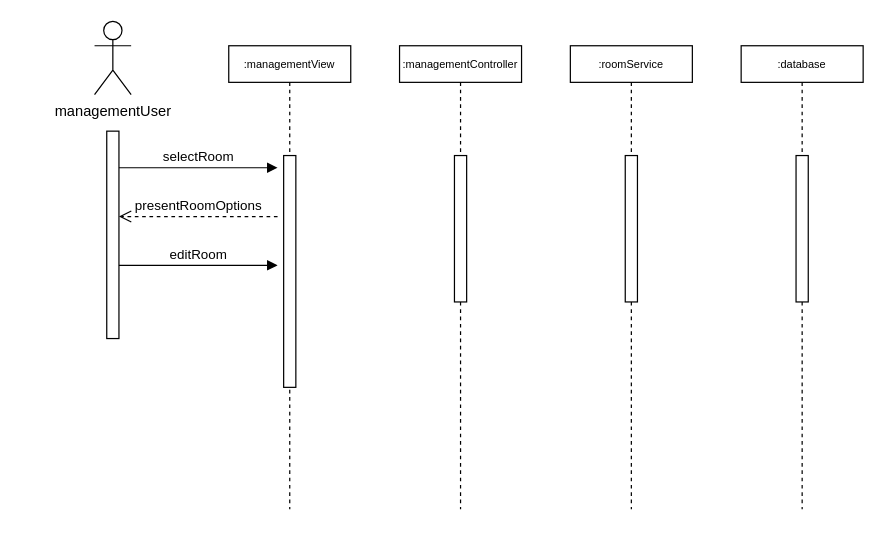
Earlier version of the draw.io diagram Edit Room SSD.drawio (phyllomenous/PM3_DomainModel). Source tidied: cells renumbered, new cells numbered last; positions are measured from the earlier drawing's top-left corner, leaving out a move shared by most shapes. Both pictures are drawn from the tidied source at 122%, with x=0, y=0 at pixel (94, 21).
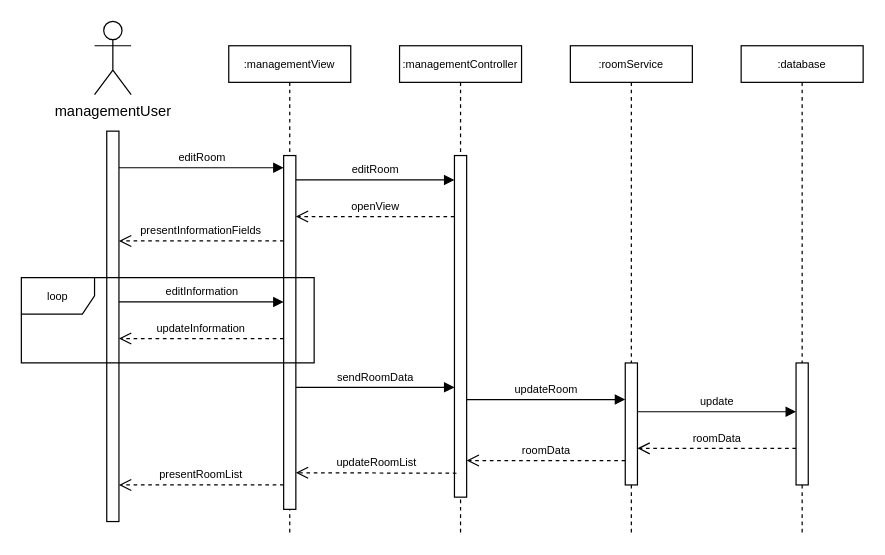
The same page after the edit.

Change to the diagram source:
```diff
@@
     <mxCell id="2" value="&lt;font style=&quot;font-size: 9px;&quot;&gt;:managementController&lt;/font&gt;" style="shape=umlLifeline;perimeter=lifelinePerimeter;whiteSpace=wrap;html=1;newEdgeStyle={&quot;edgeStyle&quot;:&quot;elbowEdgeStyle&quot;,&quot;elbow&quot;:&quot;vertical&quot;,&quot;curved&quot;:0,&quot;rounded&quot;:0};size=30;" parent="1" vertex="1">
-      <mxGeometry x="250" y="20" width="100" height="380" as="geometry" />
+      <mxGeometry x="250" y="20" width="100" height="400" as="geometry" />
     </mxCell>
     <mxCell id="3" style="html=1;points=[];perimeter=orthogonalPerimeter;outlineConnect=0;targetShapes=umlLifeline;portConstraint=eastwest;newEdgeStyle={&quot;edgeStyle&quot;:&quot;elbowEdgeStyle&quot;,&quot;elbow&quot;:&quot;vertical&quot;,&quot;curved&quot;:0,&quot;rounded&quot;:0};" parent="2" vertex="1">
-      <mxGeometry x="45" y="90" width="10" height="120" as="geometry" />
+      <mxGeometry x="45" y="90" width="10" height="280" as="geometry" />
     </mxCell>
     <mxCell id="4" value="&lt;font style=&quot;font-size: 9px;&quot;&gt;:managementView&lt;/font&gt;" style="shape=umlLifeline;perimeter=lifelinePerimeter;whiteSpace=wrap;html=1;newEdgeStyle={&quot;edgeStyle&quot;:&quot;elbowEdgeStyle&quot;,&quot;elbow&quot;:&quot;vertical&quot;,&quot;curved&quot;:0,&quot;rounded&quot;:0};size=30;" parent="1" vertex="1">
-      <mxGeometry x="110" y="20" width="100" height="380" as="geometry" />
+      <mxGeometry x="110" y="20" width="100" height="400" as="geometry" />
     </mxCell>
     <mxCell id="5" style="html=1;points=[];perimeter=orthogonalPerimeter;outlineConnect=0;targetShapes=umlLifeline;portConstraint=eastwest;newEdgeStyle={&quot;edgeStyle&quot;:&quot;elbowEdgeStyle&quot;,&quot;elbow&quot;:&quot;vertical&quot;,&quot;curved&quot;:0,&quot;rounded&quot;:0};" parent="4" vertex="1">
-      <mxGeometry x="45" y="90" width="10" height="190" as="geometry" />
+      <mxGeometry x="45" y="90" width="10" height="290" as="geometry" />
     </mxCell>
     <mxCell id="6" value="&lt;font style=&quot;font-size: 9px;&quot;&gt;:roomService&lt;/font&gt;" style="shape=umlLifeline;perimeter=lifelinePerimeter;whiteSpace=wrap;html=1;newEdgeStyle={&quot;edgeStyle&quot;:&quot;elbowEdgeStyle&quot;,&quot;elbow&quot;:&quot;vertical&quot;,&quot;curved&quot;:0,&quot;rounded&quot;:0};size=30;" parent="1" vertex="1">
-      <mxGeometry x="390" y="20" width="100" height="380" as="geometry" />
+      <mxGeometry x="390" y="20" width="100" height="400" as="geometry" />
     </mxCell>
     <mxCell id="7" style="html=1;points=[];perimeter=orthogonalPerimeter;outlineConnect=0;targetShapes=umlLifeline;portConstraint=eastwest;newEdgeStyle={&quot;edgeStyle&quot;:&quot;elbowEdgeStyle&quot;,&quot;elbow&quot;:&quot;vertical&quot;,&quot;curved&quot;:0,&quot;rounded&quot;:0};" parent="6" vertex="1">
-      <mxGeometry x="45" y="90" width="10" height="120" as="geometry" />
+      <mxGeometry x="45" y="260" width="10" height="100" as="geometry" />
     </mxCell>
     <mxCell id="8" value="&lt;font style=&quot;font-size: 9px;&quot;&gt;:database&lt;/font&gt;" style="shape=umlLifeline;perimeter=lifelinePerimeter;whiteSpace=wrap;html=1;newEdgeStyle={&quot;edgeStyle&quot;:&quot;elbowEdgeStyle&quot;,&quot;elbow&quot;:&quot;vertical&quot;,&quot;curved&quot;:0,&quot;rounded&quot;:0};size=30;" parent="1" vertex="1">
-      <mxGeometry x="530" y="20" width="100" height="380" as="geometry" />
+      <mxGeometry x="530" y="20" width="100" height="400" as="geometry" />
     </mxCell>
     <mxCell id="9" style="html=1;points=[];perimeter=orthogonalPerimeter;outlineConnect=0;targetShapes=umlLifeline;portConstraint=eastwest;newEdgeStyle={&quot;edgeStyle&quot;:&quot;elbowEdgeStyle&quot;,&quot;elbow&quot;:&quot;vertical&quot;,&quot;curved&quot;:0,&quot;rounded&quot;:0};" parent="8" vertex="1">
-      <mxGeometry x="45" y="90" width="10" height="120" as="geometry" />
+      <mxGeometry x="45" y="260" width="10" height="100" as="geometry" />
     </mxCell>
     <mxCell id="10" style="html=1;points=[];perimeter=orthogonalPerimeter;outlineConnect=0;targetShapes=umlLifeline;portConstraint=eastwest;newEdgeStyle={&quot;edgeStyle&quot;:&quot;elbowEdgeStyle&quot;,&quot;elbow&quot;:&quot;vertical&quot;,&quot;curved&quot;:0,&quot;rounded&quot;:0};" parent="1" vertex="1">
-      <mxGeometry x="10" y="90" width="10" height="170" as="geometry" />
+      <mxGeometry x="10" y="90" width="10" height="320" as="geometry" />
     </mxCell>
@@
-    <mxCell id="12" value="selectRoom" style="html=1;verticalAlign=bottom;endArrow=block;edgeStyle=elbowEdgeStyle;elbow=vertical;curved=0;rounded=0;" parent="1" edge="1">
+    <mxCell id="12" value="&lt;font style=&quot;font-size: 9px;&quot;&gt;editRoom&lt;/font&gt;" style="html=1;verticalAlign=bottom;endArrow=block;edgeStyle=elbowEdgeStyle;elbow=vertical;curved=0;rounded=0;" parent="1" edge="1" source="10" target="5">
       <mxGeometry relative="1" as="geometry">
-        <mxPoint x="20" y="120" as="sourcePoint" />
-        <mxPoint x="150" y="120" as="targetPoint" />
+        <Array as="points">
+          <mxPoint x="90" y="120" />
+        </Array>
       </mxGeometry>
     </mxCell>
-    <mxCell id="13" value="presentRoomOptions" style="html=1;verticalAlign=bottom;endArrow=open;dashed=1;endSize=8;edgeStyle=elbowEdgeStyle;elbow=vertical;curved=0;rounded=0;" parent="1" edge="1">
+    <mxCell id="13" value="&lt;font style=&quot;font-size: 9px;&quot;&gt;presentInformationFields&lt;/font&gt;" style="html=1;verticalAlign=bottom;endArrow=open;dashed=1;endSize=8;edgeStyle=elbowEdgeStyle;elbow=vertical;curved=0;rounded=0;" parent="1" edge="1" source="5" target="10">
       <mxGeometry relative="1" as="geometry">
-        <mxPoint x="150" y="160" as="sourcePoint" />
-        <mxPoint x="20" y="160" as="targetPoint" />
+        <Array as="points">
+          <mxPoint x="130" y="180" />
+          <mxPoint x="70" y="160" />
+        </Array>
       </mxGeometry>
     </mxCell>
-    <mxCell id="14" value="editRoom" style="html=1;verticalAlign=bottom;endArrow=block;edgeStyle=elbowEdgeStyle;elbow=vertical;curved=0;rounded=0;" parent="1" edge="1">
+    <mxCell id="14" value="&lt;font style=&quot;font-size: 9px;&quot;&gt;editInformation&lt;/font&gt;" style="html=1;verticalAlign=bottom;endArrow=block;edgeStyle=elbowEdgeStyle;elbow=vertical;curved=0;rounded=0;" parent="1" edge="1" source="10" target="5">
       <mxGeometry relative="1" as="geometry">
-        <mxPoint x="20" y="200" as="sourcePoint" />
-        <mxPoint x="150" y="200" as="targetPoint" />
+        <Array as="points">
+          <mxPoint x="140" y="230" />
+          <mxPoint x="120" y="210" />
+          <mxPoint x="88" y="190" />
+        </Array>
       </mxGeometry>
     </mxCell>
+    <mxCell id="15" value="&lt;font style=&quot;font-size: 9px;&quot;&gt;editRoom&lt;/font&gt;" style="html=1;verticalAlign=bottom;endArrow=block;edgeStyle=elbowEdgeStyle;elbow=vertical;curved=0;rounded=0;" parent="1" edge="1" source="5" target="3">
+      <mxGeometry relative="1" as="geometry">
+        <Array as="points">
+          <mxPoint x="210" y="130" />
+        </Array>
+      </mxGeometry>
+    </mxCell>
+    <mxCell id="16" value="&lt;font style=&quot;font-size: 9px;&quot;&gt;openView&lt;/font&gt;" style="html=1;verticalAlign=bottom;endArrow=open;dashed=1;endSize=8;edgeStyle=elbowEdgeStyle;elbow=vertical;curved=0;rounded=0;" parent="1" edge="1" source="3" target="5">
+      <mxGeometry relative="1" as="geometry">
+        <Array as="points">
+          <mxPoint x="190" y="160" />
+          <mxPoint x="200" y="150" />
+          <mxPoint x="200" y="160" />
+        </Array>
+      </mxGeometry>
+    </mxCell>
+    <mxCell id="17" value="&lt;font style=&quot;font-size: 9px;&quot;&gt;updateInformation&lt;br&gt;&lt;/font&gt;" style="html=1;verticalAlign=bottom;endArrow=open;dashed=1;endSize=8;edgeStyle=elbowEdgeStyle;elbow=vertical;curved=0;rounded=0;" parent="1" edge="1" source="5" target="10">
+      <mxGeometry relative="1" as="geometry">
+        <Array as="points">
+          <mxPoint x="130" y="260" />
+          <mxPoint x="70" y="240" />
+        </Array>
+      </mxGeometry>
+    </mxCell>
+    <mxCell id="18" value="&lt;font style=&quot;font-size: 9px;&quot;&gt;loop&lt;/font&gt;" style="shape=umlFrame;whiteSpace=wrap;html=1;" parent="1" vertex="1">
+      <mxGeometry x="-60" y="210" width="240" height="70" as="geometry" />
+    </mxCell>
+    <mxCell id="19" value="&lt;font style=&quot;font-size: 9px;&quot;&gt;sendRoomData&lt;/font&gt;" style="html=1;verticalAlign=bottom;endArrow=block;edgeStyle=elbowEdgeStyle;elbow=vertical;curved=0;rounded=0;" parent="1" edge="1" source="5" target="3">
+      <mxGeometry relative="1" as="geometry">
+        <Array as="points">
+          <mxPoint x="205" y="300" />
+        </Array>
+      </mxGeometry>
+    </mxCell>
+    <mxCell id="20" value="&lt;font style=&quot;font-size: 9px;&quot;&gt;updateRoom&lt;/font&gt;" style="html=1;verticalAlign=bottom;endArrow=block;edgeStyle=elbowEdgeStyle;elbow=vertical;curved=0;rounded=0;" parent="1" edge="1" source="3" target="7">
+      <mxGeometry relative="1" as="geometry">
+        <Array as="points">
+          <mxPoint x="350" y="310" />
+        </Array>
+      </mxGeometry>
+    </mxCell>
+    <mxCell id="21" value="&lt;font style=&quot;font-size: 9px;&quot;&gt;update&lt;/font&gt;" style="html=1;verticalAlign=bottom;endArrow=block;edgeStyle=elbowEdgeStyle;elbow=vertical;curved=0;rounded=0;" parent="1" edge="1" source="7" target="9">
+      <mxGeometry relative="1" as="geometry">
+        <Array as="points">
+          <mxPoint x="485" y="320" />
+        </Array>
+      </mxGeometry>
+    </mxCell>
+    <mxCell id="22" value="&lt;font style=&quot;font-size: 9px;&quot;&gt;roomData&lt;/font&gt;" style="html=1;verticalAlign=bottom;endArrow=open;dashed=1;endSize=8;edgeStyle=elbowEdgeStyle;elbow=vertical;curved=0;rounded=0;" parent="1" edge="1" source="9" target="7">
+      <mxGeometry relative="1" as="geometry">
+        <Array as="points">
+          <mxPoint x="480" y="350" />
+          <mxPoint x="485" y="340" />
+          <mxPoint x="485" y="350" />
+        </Array>
+      </mxGeometry>
+    </mxCell>
+    <mxCell id="23" value="&lt;font style=&quot;font-size: 9px;&quot;&gt;roomData&lt;/font&gt;" style="html=1;verticalAlign=bottom;endArrow=open;dashed=1;endSize=8;edgeStyle=elbowEdgeStyle;elbow=vertical;curved=0;rounded=0;" parent="1" edge="1" source="7" target="3">
+      <mxGeometry relative="1" as="geometry">
+        <Array as="points">
+          <mxPoint x="335" y="360" />
+          <mxPoint x="340" y="350" />
+          <mxPoint x="340" y="360" />
+        </Array>
+      </mxGeometry>
+    </mxCell>
+    <mxCell id="24" value="&lt;font style=&quot;font-size: 9px;&quot;&gt;updateRoomList&lt;/font&gt;" style="html=1;verticalAlign=bottom;endArrow=open;dashed=1;endSize=8;edgeStyle=elbowEdgeStyle;elbow=vertical;curved=0;rounded=0;exitX=0.167;exitY=0.93;exitDx=0;exitDy=0;exitPerimeter=0;" parent="1" edge="1" source="3" target="5">
+      <mxGeometry relative="1" as="geometry">
+        <Array as="points">
+          <mxPoint x="280" y="370" />
+          <mxPoint x="195" y="360" />
+          <mxPoint x="195" y="370" />
+        </Array>
+      </mxGeometry>
+    </mxCell>
+    <mxCell id="25" value="&lt;font style=&quot;font-size: 9px;&quot;&gt;presentRoomList&lt;/font&gt;" style="html=1;verticalAlign=bottom;endArrow=open;dashed=1;endSize=8;edgeStyle=elbowEdgeStyle;elbow=vertical;curved=0;rounded=0;" parent="1" edge="1" source="5" target="10">
+      <mxGeometry relative="1" as="geometry">
+        <Array as="points">
+          <mxPoint x="150" y="380" />
+          <mxPoint x="140" y="370" />
+          <mxPoint x="130" y="380" />
+          <mxPoint x="60" y="370.2" />
+          <mxPoint x="60" y="380.2" />
+        </Array>
+      </mxGeometry>
+    </mxCell>
```
